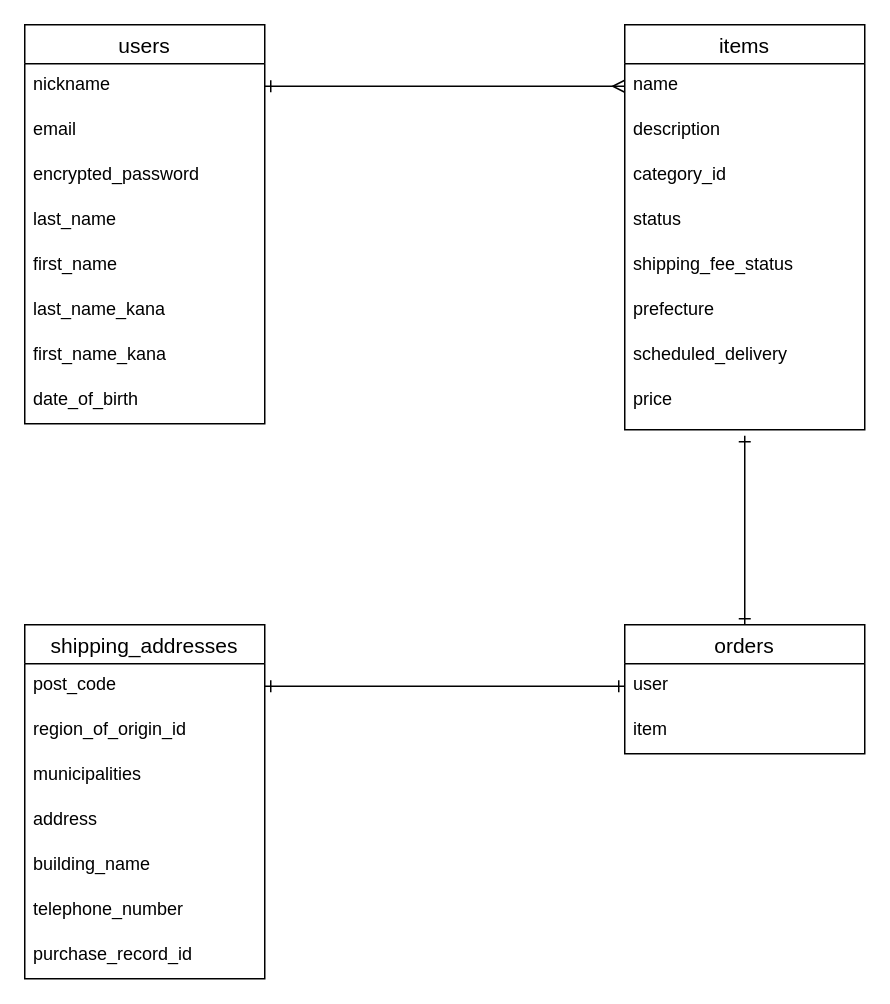
This is ER.dio from maaatsu/furima-39302, a draw.io file, before an edit. Source tidied: cells renumbered, new cells numbered last; positions are measured from the earlier drawing's top-left corner, leaving out a move shared by most shapes. Both pictures are drawn from the tidied source at 150%, with x=0, y=0 at pixel (24, 24).
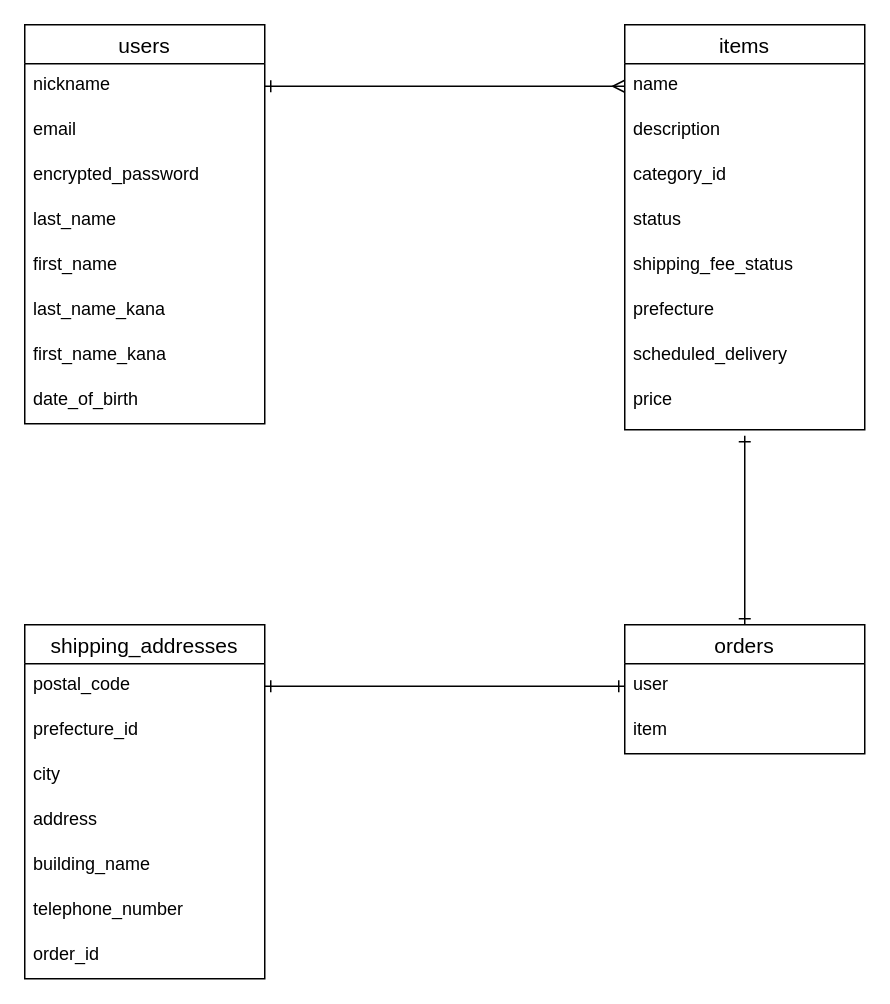
The same diagram, later.

Commit message (it also covers changes not shown here):
テーブル設計変更

The change refers to these unchanged cells:
```xml
<mxCell id="20" value="shipping_addresses" style="swimlane;fontStyle=0;horizontal=1;startSize=26;align=center;fontSize=14;" parent="1" vertex="1">
  <mxGeometry y="400" width="160" height="236" as="geometry" />
</mxCell>
```

Diff of the diagram source:
```diff
@@
-    <mxCell id="21" value="post_code" style="text;strokeColor=none;fillColor=none;spacingLeft=4;spacingRight=4;overflow=hidden;points=[[0,0.5],[1,0.5]];portConstraint=eastwest;fontSize=12;" parent="20" vertex="1">
+    <mxCell id="21" value="postal_code" style="text;strokeColor=none;fillColor=none;spacingLeft=4;spacingRight=4;overflow=hidden;points=[[0,0.5],[1,0.5]];portConstraint=eastwest;fontSize=12;" parent="20" vertex="1">
       <mxGeometry y="26" width="160" height="30" as="geometry" />
     </mxCell>
-    <mxCell id="22" value="region_of_origin_id" style="text;strokeColor=none;fillColor=none;spacingLeft=4;spacingRight=4;overflow=hidden;fontSize=12;" parent="20" vertex="1">
+    <mxCell id="22" value="prefecture_id" style="text;strokeColor=none;fillColor=none;spacingLeft=4;spacingRight=4;overflow=hidden;fontSize=12;" parent="20" vertex="1">
       <mxGeometry y="56" width="160" height="30" as="geometry" />
     </mxCell>
-    <mxCell id="23" value="municipalities" style="text;strokeColor=none;fillColor=none;spacingLeft=4;spacingRight=4;overflow=hidden;fontSize=12;" parent="20" vertex="1">
+    <mxCell id="23" value="city" style="text;strokeColor=none;fillColor=none;spacingLeft=4;spacingRight=4;overflow=hidden;fontSize=12;" parent="20" vertex="1">
       <mxGeometry y="86" width="160" height="30" as="geometry" />
     </mxCell>
@@
-    <mxCell id="27" value="purchase_record_id" style="text;strokeColor=none;fillColor=none;spacingLeft=4;spacingRight=4;overflow=hidden;fontSize=12;" parent="20" vertex="1">
+    <mxCell id="27" value="order_id" style="text;strokeColor=none;fillColor=none;spacingLeft=4;spacingRight=4;overflow=hidden;fontSize=12;" parent="20" vertex="1">
       <mxGeometry y="206" width="160" height="30" as="geometry" />
     </mxCell>
```
